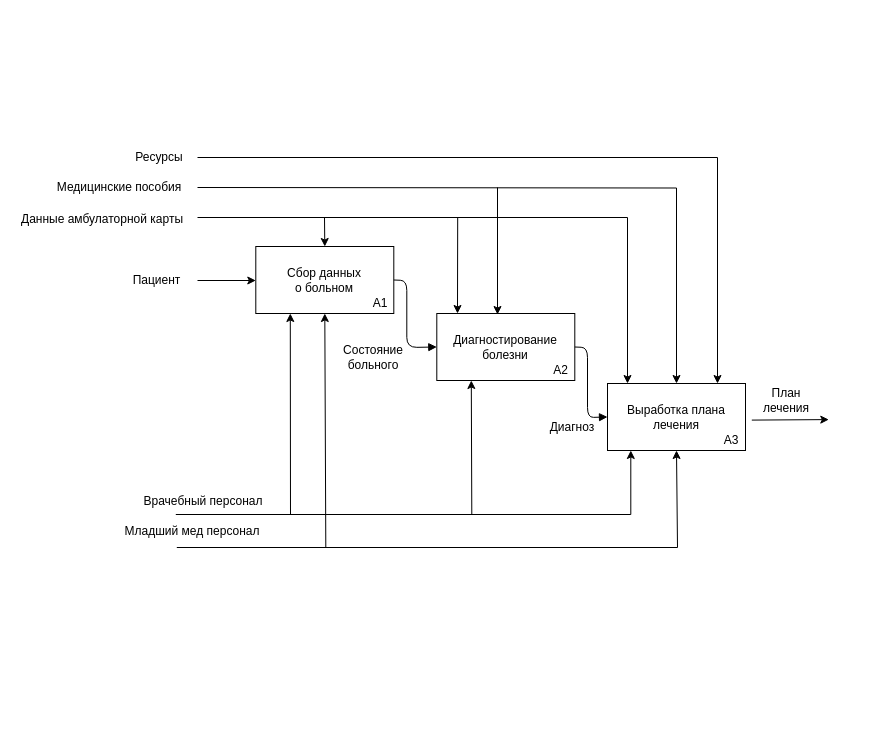
Before: page "as-is A0" (4 of 10) of dz/IDEF0.drawio in FackOff25/monitorings, a draw.io diagram. Source tidied: cells renumbered, new cells numbered last; positions are measured from the earlier drawing's top-left corner, leaving out a move shared by most shapes. Both pictures are drawn from the tidied source at 100%, with x=0, y=0 at pixel (17, 147).
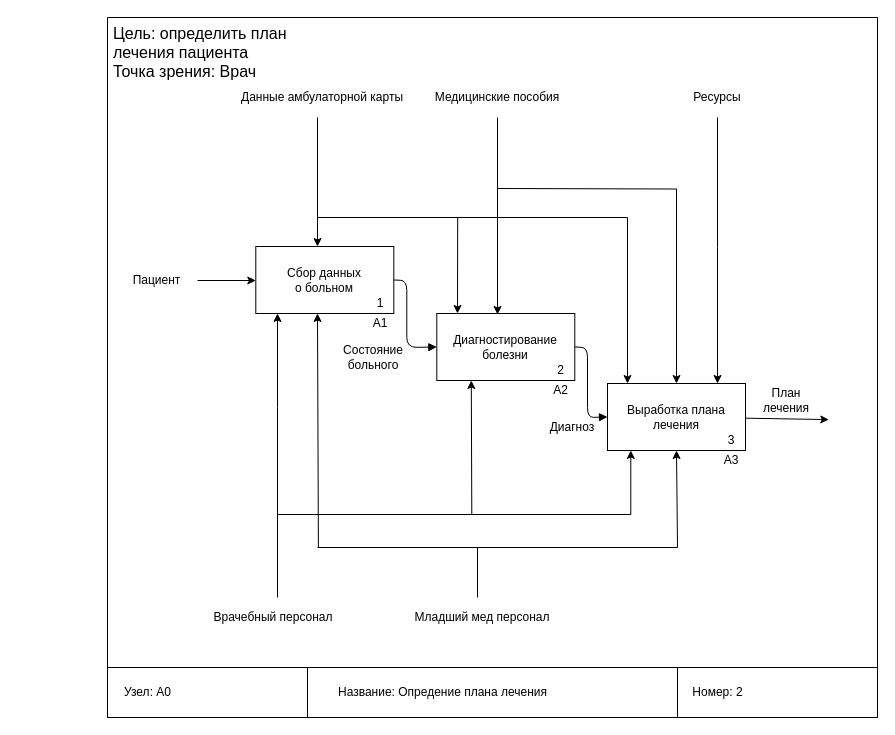
The same diagram, later.

Unchanged cells that the change refers to:
```xml
<mxCell id="2" value="&lt;div&gt;Сбор данных&lt;/div&gt;&lt;div&gt;о больном&lt;/div&gt;" style="rounded=0;whiteSpace=wrap;html=1;" parent="1" vertex="1">
  <mxGeometry x="238.3" y="99" width="138" height="67" as="geometry" />
</mxCell>
<mxCell id="4" value="Выработка плана лечения" style="rounded=0;whiteSpace=wrap;html=1;" parent="1" vertex="1">
  <mxGeometry x="590" y="236" width="138" height="67" as="geometry" />
</mxCell>
```

Change to the diagram source:
```diff
@@
     <mxCell id="5" style="endArrow=none;html=1;" parent="1" edge="1">
       <mxGeometry relative="1" as="geometry">
-        <mxPoint x="180" y="70" as="sourcePoint" />
+        <mxPoint x="300" y="70" as="sourcePoint" />
         <mxPoint x="610" y="70" as="targetPoint" />
       </mxGeometry>
     </mxCell>
-    <mxCell id="6" style="endArrow=classic;html=1;entryX=0.5;entryY=0;entryDx=0;entryDy=0;" parent="1" edge="1" target="2">
+    <mxCell id="6" style="endArrow=classic;html=1;edgeStyle=orthogonalEdgeStyle;rounded=0;curved=0;" parent="1" edge="1" target="2">
       <mxGeometry relative="1" as="geometry">
-        <mxPoint x="307" y="70" as="sourcePoint" />
+        <mxPoint x="300" y="-30" as="sourcePoint" />
+        <Array as="points">
+          <mxPoint x="300" y="-30" />
+        </Array>
       </mxGeometry>
     </mxCell>
@@
-    <mxCell id="10" value="A1" style="text;html=1;strokeColor=none;fillColor=none;align=center;verticalAlign=middle;whiteSpace=wrap;rounded=0;" parent="1" vertex="1">
+    <mxCell id="10" value="1" style="text;html=1;strokeColor=none;fillColor=none;align=center;verticalAlign=middle;whiteSpace=wrap;rounded=0;" parent="1" vertex="1">
       <mxGeometry x="350" y="146" width="26.3" height="20" as="geometry" />
     </mxCell>
-    <mxCell id="11" value="A2" style="text;html=1;strokeColor=none;fillColor=none;align=center;verticalAlign=middle;whiteSpace=wrap;rounded=0;" parent="1" vertex="1">
+    <mxCell id="11" value="2" style="text;html=1;strokeColor=none;fillColor=none;align=center;verticalAlign=middle;whiteSpace=wrap;rounded=0;" parent="1" vertex="1">
       <mxGeometry x="530" y="213" width="27.3" height="20" as="geometry" />
     </mxCell>
-    <mxCell id="12" value="A3" style="text;html=1;strokeColor=none;fillColor=none;align=center;verticalAlign=middle;whiteSpace=wrap;rounded=0;" parent="1" vertex="1">
+    <mxCell id="12" value="3" style="text;html=1;strokeColor=none;fillColor=none;align=center;verticalAlign=middle;whiteSpace=wrap;rounded=0;" parent="1" vertex="1">
       <mxGeometry x="700" y="283" width="28" height="20" as="geometry" />
     </mxCell>
@@
-    <mxCell id="15" style="endArrow=classic;html=1;exitX=1;exitY=0.5;exitDx=0;exitDy=0;" parent="1" edge="1">
+    <mxCell id="15" style="endArrow=classic;html=1;" parent="1" edge="1" source="4">
       <mxGeometry relative="1" as="geometry">
-        <mxPoint x="734.3" y="272.6" as="sourcePoint" />
         <mxPoint x="811.3" y="272.1" as="targetPoint" />
       </mxGeometry>
     </mxCell>
     <mxCell id="16" value="Младший мед персонал" style="text;html=1;strokeColor=none;fillColor=none;align=center;verticalAlign=middle;whiteSpace=wrap;rounded=0;rotation=0;" parent="1" vertex="1">
-      <mxGeometry x="100" y="374" width="150.3" height="20" as="geometry" />
+      <mxGeometry x="390" y="460" width="150.3" height="20" as="geometry" />
     </mxCell>
     <mxCell id="17" value="Врачебный персонал" style="text;html=1;strokeColor=none;fillColor=none;align=center;verticalAlign=middle;whiteSpace=wrap;rounded=0;rotation=0;" parent="1" vertex="1">
-      <mxGeometry x="122.3" y="344" width="128" height="20" as="geometry" />
+      <mxGeometry x="192" y="460" width="128" height="20" as="geometry" />
     </mxCell>
     <mxCell id="18" style="endArrow=none;html=1;" parent="1" edge="1">
       <mxGeometry relative="1" as="geometry">
-        <mxPoint x="159.3" y="400" as="sourcePoint" />
+        <mxPoint x="300" y="400" as="sourcePoint" />
         <mxPoint x="660" y="400" as="targetPoint" />
       </mxGeometry>
     </mxCell>
@@
     <mxCell id="21" style="endArrow=none;html=1;" parent="1" edge="1">
       <mxGeometry relative="1" as="geometry">
-        <mxPoint x="158.3" y="367" as="sourcePoint" />
+        <mxPoint x="260" y="367" as="sourcePoint" />
         <mxPoint x="613.3" y="367" as="targetPoint" />
       </mxGeometry>
     </mxCell>
@@
-    <mxCell id="24" style="endArrow=classic;html=1;entryX=0.5;entryY=1;entryDx=0;entryDy=0;" parent="1" edge="1" target="2">
+    <mxCell id="24" style="endArrow=classic;html=1;" parent="1" edge="1">
       <mxGeometry relative="1" as="geometry">
-        <mxPoint x="308.3" y="400" as="sourcePoint" />
+        <mxPoint x="300.9" y="400" as="sourcePoint" />
+        <mxPoint x="300" y="166" as="targetPoint" />
       </mxGeometry>
     </mxCell>
@@
-    <mxCell id="27" style="endArrow=classic;html=1;entryX=0.25;entryY=1;entryDx=0;entryDy=0;" parent="1" edge="1" target="2">
+    <mxCell id="27" style="endArrow=classic;html=1;edgeStyle=orthogonalEdgeStyle;rounded=0;curved=0;" parent="1" edge="1" target="2">
       <mxGeometry relative="1" as="geometry">
-        <mxPoint x="273" y="367" as="sourcePoint" />
+        <mxPoint x="260" y="450" as="sourcePoint" />
+        <Array as="points">
+          <mxPoint x="260" y="260" />
+          <mxPoint x="260" y="260" />
+        </Array>
       </mxGeometry>
     </mxCell>
     <mxCell id="28" value="Медицинские пособия" style="text;html=1;strokeColor=none;fillColor=none;align=center;verticalAlign=middle;whiteSpace=wrap;rounded=0;rotation=0;" parent="1" vertex="1">
-      <mxGeometry x="31.6" y="30" width="140" height="20" as="geometry" />
+      <mxGeometry x="410" y="-60" width="140" height="20" as="geometry" />
     </mxCell>
     <mxCell id="29" value="Ресурсы" style="text;html=1;strokeColor=none;fillColor=none;align=center;verticalAlign=middle;whiteSpace=wrap;rounded=0;rotation=0;" parent="1" vertex="1">
-      <mxGeometry x="122.3" width="40" height="20" as="geometry" />
+      <mxGeometry x="680" y="-60" width="40" height="20" as="geometry" />
     </mxCell>
     <mxCell id="30" value="Данные амбулаторной карты" style="text;html=1;strokeColor=none;fillColor=none;align=center;verticalAlign=middle;whiteSpace=wrap;rounded=0;rotation=0;" parent="1" vertex="1">
-      <mxGeometry y="61.6" width="170" height="20" as="geometry" />
+      <mxGeometry x="220" y="-60" width="170" height="20" as="geometry" />
     </mxCell>
     <mxCell id="31" style="endArrow=classic;html=1;edgeStyle=orthogonalEdgeStyle;rounded=0;curved=0;startArrow=none;startFill=0;endFill=1;" parent="1" edge="1" target="4">
       <mxGeometry relative="1" as="geometry">
-        <mxPoint x="180" y="10" as="sourcePoint" />
+        <mxPoint x="700" y="-30" as="sourcePoint" />
         <Array as="points">
-          <mxPoint x="180" y="10" />
-          <mxPoint x="700" y="10" />
+          <mxPoint x="700" y="100" />
+          <mxPoint x="700" y="100" />
         </Array>
       </mxGeometry>
     </mxCell>
     <mxCell id="32" style="endArrow=classic;html=1;entryX=0.75;entryY=0;entryDx=0;entryDy=0;" parent="1" edge="1">
       <mxGeometry relative="1" as="geometry">
-        <mxPoint x="480" y="40" as="sourcePoint" />
+        <mxPoint x="480" y="-30" as="sourcePoint" />
         <mxPoint x="480" y="167" as="targetPoint" />
       </mxGeometry>
     </mxCell>
@@
     <mxCell id="34" style="endArrow=classic;html=1;edgeStyle=orthogonalEdgeStyle;rounded=0;curved=0;" parent="1" edge="1" target="4">
       <mxGeometry relative="1" as="geometry">
-        <mxPoint x="180" y="40" as="sourcePoint" />
+        <mxPoint x="480" y="41" as="sourcePoint" />
       </mxGeometry>
     </mxCell>
+    <mxCell id="35" style="endArrow=none;html=1;rounded=0;" parent="1" edge="1">
+      <mxGeometry relative="1" as="geometry">
+        <mxPoint x="460" y="450" as="sourcePoint" />
+        <mxPoint x="460" y="400" as="targetPoint" />
+      </mxGeometry>
+    </mxCell>
+    <mxCell id="36" value="A1" style="text;html=1;strokeColor=none;fillColor=none;align=center;verticalAlign=middle;whiteSpace=wrap;rounded=0;" parent="1" vertex="1">
+      <mxGeometry x="350" y="166" width="26.3" height="20" as="geometry" />
+    </mxCell>
+    <mxCell id="37" value="A2" style="text;html=1;strokeColor=none;fillColor=none;align=center;verticalAlign=middle;whiteSpace=wrap;rounded=0;" parent="1" vertex="1">
+      <mxGeometry x="530" y="233" width="27.3" height="20" as="geometry" />
+    </mxCell>
+    <mxCell id="38" value="A3" style="text;html=1;strokeColor=none;fillColor=none;align=center;verticalAlign=middle;whiteSpace=wrap;rounded=0;" parent="1" vertex="1">
+      <mxGeometry x="700" y="303" width="28" height="20" as="geometry" />
+    </mxCell>
+    <mxCell id="39" style="swimlane;startSize=0;" parent="1" vertex="1">
+      <mxGeometry x="90" y="-130" width="770" height="700" as="geometry" />
+    </mxCell>
+    <mxCell id="40" value="&lt;div&gt;&lt;font style=&quot;font-size: 16px;&quot;&gt;Цель: определить план лечения пациента&lt;/font&gt;&lt;/div&gt;&lt;div&gt;&lt;font style=&quot;font-size: 16px;&quot;&gt;Точка зрения: Врач&lt;font&gt;&lt;br&gt;&lt;/font&gt;&lt;/font&gt;&lt;/div&gt;" style="text;strokeColor=none;fillColor=none;align=left;verticalAlign=middle;spacingLeft=4;spacingRight=4;overflow=hidden;whiteSpace=wrap;html=1;" parent="39" vertex="1">
+      <mxGeometry width="220" height="70" as="geometry" />
+    </mxCell>
+    <mxCell id="41" style="swimlane;startSize=0;" parent="39" vertex="1">
+      <mxGeometry y="650" width="200" height="50" as="geometry" />
+    </mxCell>
+    <mxCell id="42" value="Узел: A0" style="text;html=1;align=center;verticalAlign=middle;strokeColor=none;fillColor=none;" parent="41" vertex="1">
+      <mxGeometry x="5" y="10" width="70" height="30" as="geometry" />
+    </mxCell>
+    <mxCell id="43" style="swimlane;startSize=0;" parent="39" vertex="1">
+      <mxGeometry x="200" y="650" width="370" height="50" as="geometry" />
+    </mxCell>
+    <mxCell id="44" value="&lt;div&gt;Название: Опредение плана лечения&lt;/div&gt;" style="text;html=1;align=center;verticalAlign=middle;strokeColor=none;fillColor=none;" parent="43" vertex="1">
+      <mxGeometry x="20" y="10" width="230" height="30" as="geometry" />
+    </mxCell>
+    <mxCell id="45" style="swimlane;startSize=0;" parent="39" vertex="1">
+      <mxGeometry x="570" y="650" width="200" height="50" as="geometry" />
+    </mxCell>
+    <mxCell id="46" value="Номер: 2" style="text;html=1;align=center;verticalAlign=middle;strokeColor=none;fillColor=none;" parent="45" vertex="1">
+      <mxGeometry x="5" y="10" width="70" height="30" as="geometry" />
+    </mxCell>
```
